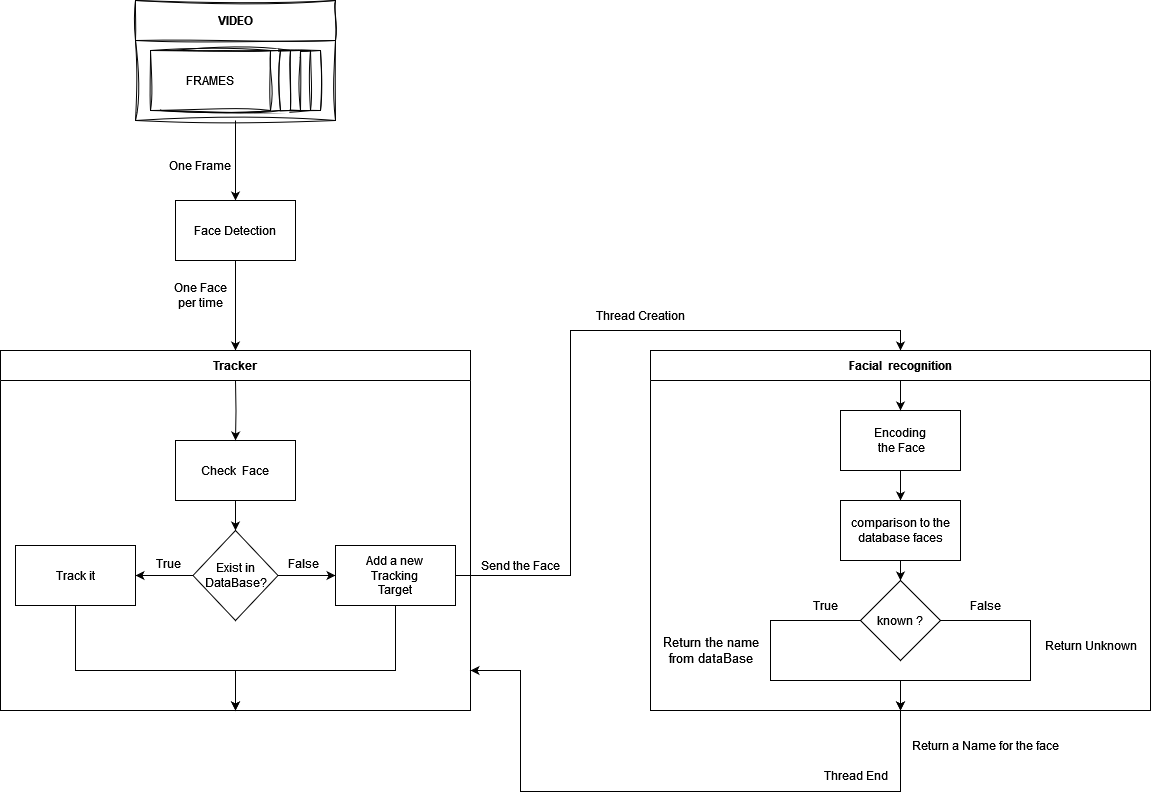
The draw.io diagram fullDetalls.png in s1f2z3/tp-daw, before a commit. Source tidied: cells renumbered, new cells last; positions are measured from the earlier drawing's top-left corner, leaving out a move shared by most shapes.
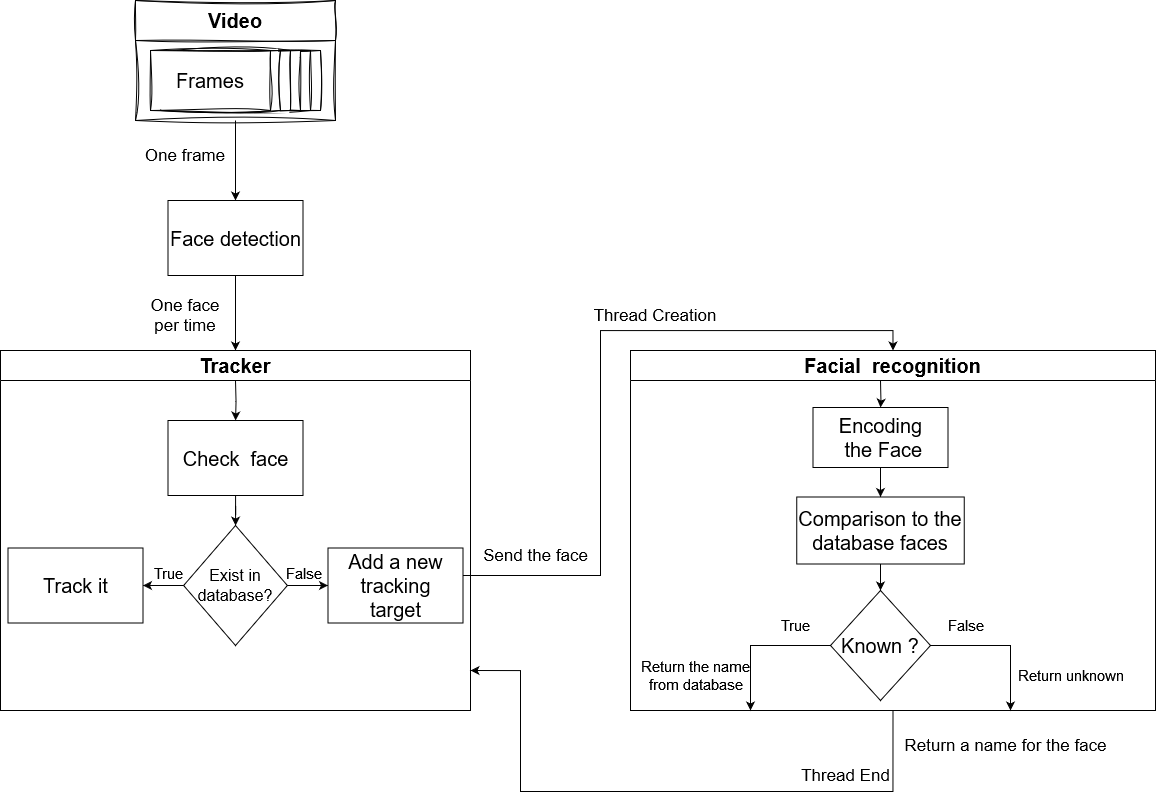
After the commit.

The edit, as a diff of the source:
```diff
@@ -5,7 +5,7 @@
     <mxCell id="2" style="edgeStyle=orthogonalEdgeStyle;rounded=0;jettySize=auto;html=1;" parent="1" edge="1" source="3" target="11">
       <mxGeometry relative="1" as="geometry" />
     </mxCell>
-    <mxCell id="3" value="&lt;div&gt;VIDEO&lt;/div&gt;" style="swimlane;whiteSpace=wrap;html=1;startSize=40;swimlaneLine=1;rounded=0;glass=0;sketch=1;curveFitting=1;jiggle=2;" parent="1" vertex="1">
+    <mxCell id="3" value="&lt;font style=&quot;font-size: 20px;&quot;&gt;Video&lt;/font&gt;" style="swimlane;whiteSpace=wrap;html=1;startSize=40;swimlaneLine=1;rounded=0;glass=0;sketch=1;curveFitting=1;jiggle=2;" parent="1" vertex="1">
       <mxGeometry x="135" width="200" height="120" as="geometry" />
     </mxCell>
     <mxCell id="4" style="rounded=0;whiteSpace=wrap;html=1;sketch=1;curveFitting=1;jiggle=2;" parent="3" vertex="1">
@@ -23,26 +23,26 @@
     <mxCell id="8" style="rounded=0;whiteSpace=wrap;html=1;sketch=1;curveFitting=1;jiggle=2;" parent="3" vertex="1">
       <mxGeometry x="25" y="50" width="120" height="60" as="geometry" />
     </mxCell>
-    <mxCell id="9" value="&lt;div&gt;FRAMES&lt;/div&gt;" style="rounded=0;whiteSpace=wrap;html=1;sketch=1;curveFitting=1;jiggle=2;" parent="3" vertex="1">
+    <mxCell id="9" value="&lt;font style=&quot;font-size: 20px;&quot;&gt;Frames&lt;/font&gt;" style="rounded=0;whiteSpace=wrap;html=1;sketch=1;curveFitting=1;jiggle=2;" parent="3" vertex="1">
       <mxGeometry x="15" y="50" width="120" height="60" as="geometry" />
     </mxCell>
     <mxCell id="10" style="edgeStyle=orthogonalEdgeStyle;rounded=0;jettySize=auto;html=1;exitX=0.5;exitY=1;exitDx=0;exitDy=0;entryX=0.5;entryY=0;entryDx=0;entryDy=0;" parent="1" edge="1" source="11" target="13">
       <mxGeometry relative="1" as="geometry" />
     </mxCell>
-    <mxCell id="11" value="&lt;div&gt;Face Detection&lt;/div&gt;" style="rounded=0;whiteSpace=wrap;html=1;" parent="1" vertex="1">
-      <mxGeometry x="175" y="200" width="120" height="60" as="geometry" />
+    <mxCell id="11" value="&lt;div style=&quot;font-size: 20px;&quot;&gt;&lt;font style=&quot;font-size: 20px;&quot;&gt;Face detection&lt;/font&gt;&lt;/div&gt;" style="rounded=0;whiteSpace=wrap;html=1;" parent="1" vertex="1">
+      <mxGeometry x="167.5" y="200" width="135" height="75" as="geometry" />
     </mxCell>
-    <mxCell id="12" value="One Frame" style="text;html=1;strokeColor=none;fillColor=none;align=center;verticalAlign=middle;whiteSpace=wrap;rounded=0;sketch=1;curveFitting=1;jiggle=2;shadow=0;" parent="1" vertex="1">
-      <mxGeometry x="160" y="150" width="80" height="30" as="geometry" />
+    <mxCell id="12" value="&lt;font style=&quot;font-size: 17px;&quot;&gt;One frame&lt;/font&gt;" style="text;html=1;strokeColor=none;fillColor=none;align=center;verticalAlign=middle;whiteSpace=wrap;rounded=0;sketch=1;curveFitting=1;jiggle=2;shadow=0;fontSize=17;" parent="1" vertex="1">
+      <mxGeometry x="140" y="140" width="90" height="30" as="geometry" />
     </mxCell>
-    <mxCell id="13" value="Tracker" style="swimlane;whiteSpace=wrap;html=1;startSize=30;" parent="1" vertex="1">
+    <mxCell id="13" value="&lt;font style=&quot;font-size: 20px;&quot;&gt;Tracker&lt;/font&gt;" style="swimlane;whiteSpace=wrap;html=1;startSize=30;" parent="1" vertex="1">
       <mxGeometry y="350" width="470" height="360" as="geometry" />
     </mxCell>
     <mxCell id="14" style="edgeStyle=orthogonalEdgeStyle;rounded=0;jettySize=auto;html=1;" parent="13" edge="1" source="15" target="18">
       <mxGeometry relative="1" as="geometry" />
     </mxCell>
-    <mxCell id="15" value="Check&amp;nbsp; Face" style="rounded=0;whiteSpace=wrap;html=1;" parent="13" vertex="1">
-      <mxGeometry x="175" y="90" width="120" height="60" as="geometry" />
+    <mxCell id="15" value="&lt;font style=&quot;font-size: 20px;&quot;&gt;Check&amp;nbsp; face&lt;/font&gt;" style="rounded=0;whiteSpace=wrap;html=1;" parent="13" vertex="1">
+      <mxGeometry x="167.5" y="70" width="135" height="75" as="geometry" />
     </mxCell>
     <mxCell id="16" style="edgeStyle=orthogonalEdgeStyle;rounded=0;jettySize=auto;html=1;" parent="13" edge="1" source="18" target="20">
       <mxGeometry relative="1" as="geometry" />
@@ -50,130 +50,110 @@
     <mxCell id="17" style="edgeStyle=orthogonalEdgeStyle;rounded=0;jettySize=auto;html=1;" parent="13" edge="1" source="18" target="22">
       <mxGeometry relative="1" as="geometry" />
     </mxCell>
-    <mxCell id="18" value="&lt;div&gt;Exist in&lt;/div&gt;&lt;div&gt;DataBase?&lt;/div&gt;" style="rhombus;whiteSpace=wrap;html=1;" parent="13" vertex="1">
-      <mxGeometry x="192.5" y="180" width="85" height="90" as="geometry" />
+    <mxCell id="18" value="&lt;div style=&quot;font-size: 16px;&quot;&gt;&lt;font style=&quot;font-size: 16px;&quot;&gt;Exist in&lt;/font&gt;&lt;/div&gt;&lt;div style=&quot;font-size: 16px;&quot;&gt;&lt;font style=&quot;font-size: 16px;&quot;&gt;database?&lt;/font&gt;&lt;/div&gt;" style="rhombus;whiteSpace=wrap;html=1;" parent="13" vertex="1">
+      <mxGeometry x="183.1" y="175" width="103.8" height="120" as="geometry" />
     </mxCell>
-    <mxCell id="19" style="edgeStyle=orthogonalEdgeStyle;rounded=0;jettySize=auto;html=1;entryX=0.5;entryY=1;entryDx=0;entryDy=0;exitX=0.5;exitY=1;exitDx=0;exitDy=0;" parent="13" edge="1" source="20" target="13">
-      <mxGeometry relative="1" as="geometry">
-        <Array as="points">
-          <mxPoint x="75" y="320" />
-          <mxPoint x="235" y="320" />
-        </Array>
-      </mxGeometry>
-    </mxCell>
-    <mxCell id="20" value="Track it" style="rounded=0;whiteSpace=wrap;html=1;" parent="13" vertex="1">
-      <mxGeometry x="15" y="195" width="120" height="60" as="geometry" />
+    <mxCell id="20" value="&lt;font style=&quot;font-size: 20px;&quot;&gt;Track it&lt;/font&gt;" style="rounded=0;whiteSpace=wrap;html=1;" parent="13" vertex="1">
+      <mxGeometry x="7.5" y="197.5" width="135" height="75" as="geometry" />
     </mxCell>
-    <mxCell id="21" style="edgeStyle=orthogonalEdgeStyle;rounded=0;jettySize=auto;html=1;entryX=0.5;entryY=1;entryDx=0;entryDy=0;exitX=0.5;exitY=1;exitDx=0;exitDy=0;" parent="13" edge="1" source="22" target="13">
-      <mxGeometry relative="1" as="geometry">
-        <Array as="points">
-          <mxPoint x="395" y="320" />
-          <mxPoint x="235" y="320" />
-        </Array>
-      </mxGeometry>
-    </mxCell>
-    <mxCell id="22" value="&lt;div&gt;Add a new &lt;br&gt;&lt;/div&gt;&lt;div&gt;Tracking&lt;/div&gt;&lt;div&gt;Target&lt;br&gt;&lt;/div&gt;" style="rounded=0;whiteSpace=wrap;html=1;" parent="13" vertex="1">
-      <mxGeometry x="335" y="195" width="120" height="60" as="geometry" />
+    <mxCell id="22" value="&lt;div style=&quot;font-size: 20px;&quot;&gt;&lt;font style=&quot;font-size: 20px;&quot;&gt;Add a new &lt;br&gt;&lt;/font&gt;&lt;/div&gt;&lt;div style=&quot;font-size: 20px;&quot;&gt;&lt;font style=&quot;font-size: 20px;&quot;&gt;tracking&lt;/font&gt;&lt;/div&gt;&lt;div style=&quot;font-size: 20px;&quot;&gt;&lt;font style=&quot;font-size: 20px;&quot;&gt;target&lt;font style=&quot;font-size: 20px;&quot;&gt;&lt;br&gt;&lt;/font&gt;&lt;/font&gt;&lt;/div&gt;" style="rounded=0;whiteSpace=wrap;html=1;" parent="13" vertex="1">
+      <mxGeometry x="327.5" y="197.5" width="135" height="75" as="geometry" />
     </mxCell>
-    <mxCell id="23" value="False" style="text;html=1;align=center;verticalAlign=middle;strokeColor=none;fillColor=none;" parent="13" vertex="1">
-      <mxGeometry x="277.5" y="198" width="50" height="30" as="geometry" />
+    <mxCell id="23" value="&lt;font style=&quot;font-size: 15px;&quot;&gt;False&lt;/font&gt;" style="text;html=1;align=center;verticalAlign=middle;strokeColor=none;fillColor=none;" parent="13" vertex="1">
+      <mxGeometry x="272.5" y="208" width="60" height="30" as="geometry" />
     </mxCell>
-    <mxCell id="24" value="True" style="text;html=1;align=center;verticalAlign=middle;strokeColor=none;fillColor=none;" parent="13" vertex="1">
-      <mxGeometry x="142.5" y="198" width="50" height="30" as="geometry" />
+    <mxCell id="24" value="&lt;font style=&quot;font-size: 15px;&quot;&gt;True&lt;/font&gt;" style="text;html=1;align=center;verticalAlign=middle;strokeColor=none;fillColor=none;" parent="13" vertex="1">
+      <mxGeometry x="142.5" y="208" width="50" height="30" as="geometry" />
     </mxCell>
     <mxCell id="25" style="edgeStyle=orthogonalEdgeStyle;rounded=0;jettySize=auto;html=1;" parent="13" edge="1" target="15">
       <mxGeometry relative="1" as="geometry">
         <mxPoint x="235" y="30" as="sourcePoint" />
       </mxGeometry>
     </mxCell>
-    <mxCell id="26" value="One Face per time" style="text;html=1;strokeColor=none;fillColor=none;align=center;verticalAlign=middle;whiteSpace=wrap;rounded=0;" parent="1" vertex="1">
-      <mxGeometry x="170" y="280" width="60" height="30" as="geometry" />
+    <mxCell id="26" value="&lt;font style=&quot;font-size: 17px;&quot;&gt;One face per time&lt;/font&gt;" style="text;html=1;strokeColor=none;fillColor=none;align=center;verticalAlign=middle;whiteSpace=wrap;rounded=0;fontSize=17;" parent="1" vertex="1">
+      <mxGeometry x="145" y="300" width="80" height="30" as="geometry" />
     </mxCell>
     <mxCell id="27" style="edgeStyle=orthogonalEdgeStyle;rounded=0;jettySize=auto;html=1;entryX=0.5;entryY=0;entryDx=0;entryDy=0;" parent="1" edge="1" source="22" target="32">
       <mxGeometry relative="1" as="geometry">
         <Array as="points">
-          <mxPoint x="570" y="575" />
-          <mxPoint x="570" y="330" />
-          <mxPoint x="900" y="330" />
+          <mxPoint x="600" y="575" />
+          <mxPoint x="600" y="330" />
+          <mxPoint x="893" y="330" />
         </Array>
       </mxGeometry>
     </mxCell>
-    <mxCell id="28" value="Thread Creation" style="text;html=1;strokeColor=none;fillColor=none;align=center;verticalAlign=middle;whiteSpace=wrap;rounded=0;" parent="1" vertex="1">
-      <mxGeometry x="590" y="300" width="100" height="30" as="geometry" />
+    <mxCell id="28" value="&lt;font style=&quot;font-size: 17px;&quot;&gt;Thread Creation&lt;/font&gt;" style="text;html=1;strokeColor=none;fillColor=none;align=center;verticalAlign=middle;whiteSpace=wrap;rounded=0;fontSize=17;" parent="1" vertex="1">
+      <mxGeometry x="590" y="300" width="130" height="30" as="geometry" />
     </mxCell>
-    <mxCell id="29" value="Return a Name for the face" style="text;html=1;align=center;verticalAlign=middle;strokeColor=none;fillColor=none;" parent="1" vertex="1">
-      <mxGeometry x="900" y="730" width="170" height="30" as="geometry" />
+    <mxCell id="29" value="&lt;font style=&quot;font-size: 17px;&quot;&gt;Return a name for the face&lt;/font&gt;" style="text;html=1;align=center;verticalAlign=middle;strokeColor=none;fillColor=none;fontSize=17;" parent="1" vertex="1">
+      <mxGeometry x="890" y="730" width="230" height="30" as="geometry" />
     </mxCell>
-    <mxCell id="30" value="Thread End" style="text;html=1;align=center;verticalAlign=middle;strokeColor=none;fillColor=none;" parent="1" vertex="1">
-      <mxGeometry x="810" y="760" width="90" height="30" as="geometry" />
+    <mxCell id="30" value="&lt;font style=&quot;font-size: 17px;&quot;&gt;Thread End&lt;/font&gt;" style="text;html=1;align=center;verticalAlign=middle;strokeColor=none;fillColor=none;fontSize=17;" parent="1" vertex="1">
+      <mxGeometry x="790" y="760" width="110" height="30" as="geometry" />
     </mxCell>
     <mxCell id="31" style="edgeStyle=orthogonalEdgeStyle;rounded=0;jettySize=auto;html=1;exitX=0.5;exitY=1;exitDx=0;exitDy=0;" parent="1" edge="1" source="32">
       <mxGeometry relative="1" as="geometry">
         <mxPoint x="470" y="670" as="targetPoint" />
         <Array as="points">
-          <mxPoint x="900" y="791" />
+          <mxPoint x="893" y="791" />
           <mxPoint x="520" y="791" />
           <mxPoint x="520" y="670" />
-          <mxPoint x="470" y="670" />
         </Array>
       </mxGeometry>
     </mxCell>
-    <mxCell id="32" value="Facial&amp;nbsp; recognition" style="swimlane;whiteSpace=wrap;html=1;startSize=30;" parent="1" vertex="1">
-      <mxGeometry x="650" y="350" width="500" height="360" as="geometry" />
+    <mxCell id="32" value="&lt;font style=&quot;font-size: 20px;&quot;&gt;Facial&amp;nbsp; recognition&lt;/font&gt;" style="swimlane;whiteSpace=wrap;html=1;startSize=30;" parent="1" vertex="1">
+      <mxGeometry x="630" y="350" width="525" height="360" as="geometry" />
     </mxCell>
     <mxCell id="33" style="edgeStyle=orthogonalEdgeStyle;rounded=0;jettySize=auto;html=1;" parent="32" edge="1" source="34" target="37">
       <mxGeometry relative="1" as="geometry" />
     </mxCell>
-    <mxCell id="34" value="&lt;div&gt;Encoding&lt;/div&gt;&amp;nbsp;the Face" style="rounded=0;whiteSpace=wrap;html=1;" parent="32" vertex="1">
-      <mxGeometry x="190" y="60" width="120" height="60" as="geometry" />
+    <mxCell id="34" value="&lt;div style=&quot;font-size: 20px;&quot;&gt;&lt;font style=&quot;font-size: 20px;&quot;&gt;Encoding&lt;/font&gt;&lt;/div&gt;&lt;font style=&quot;font-size: 20px;&quot;&gt;&amp;nbsp;the Face&lt;/font&gt;" style="rounded=0;whiteSpace=wrap;html=1;" parent="32" vertex="1">
+      <mxGeometry x="182.5" y="57" width="135" height="60" as="geometry" />
     </mxCell>
-    <mxCell id="35" style="edgeStyle=orthogonalEdgeStyle;rounded=0;orthogonalLoop=1;jettySize=auto;html=1;" parent="32" edge="1">
+    <mxCell id="35" style="edgeStyle=orthogonalEdgeStyle;rounded=0;jettySize=auto;html=1;" parent="32" edge="1" target="34">
       <mxGeometry relative="1" as="geometry">
         <mxPoint x="250" y="30" as="sourcePoint" />
-        <mxPoint x="250" y="60" as="targetPoint" />
       </mxGeometry>
     </mxCell>
     <mxCell id="36" style="edgeStyle=orthogonalEdgeStyle;rounded=0;jettySize=auto;html=1;" parent="32" edge="1" source="37" target="40">
       <mxGeometry relative="1" as="geometry" />
     </mxCell>
-    <mxCell id="37" value="comparison to the database faces" style="rounded=0;whiteSpace=wrap;html=1;" parent="32" vertex="1">
-      <mxGeometry x="190" y="150" width="120" height="60" as="geometry" />
+    <mxCell id="37" value="&lt;font style=&quot;font-size: 20px;&quot;&gt;Comparison to the database faces&lt;/font&gt;" style="rounded=0;whiteSpace=wrap;html=1;" parent="32" vertex="1">
+      <mxGeometry x="166.2" y="146.5" width="167.5" height="67" as="geometry" />
     </mxCell>
-    <mxCell id="38" style="edgeStyle=orthogonalEdgeStyle;rounded=0;jettySize=auto;html=1;entryX=0.5;entryY=1;entryDx=0;entryDy=0;" parent="32" edge="1" source="40" target="32">
+    <mxCell id="38" style="edgeStyle=orthogonalEdgeStyle;rounded=0;jettySize=auto;html=1;exitX=0;exitY=0.5;exitDx=0;exitDy=0;" parent="32" edge="1" source="40">
       <mxGeometry relative="1" as="geometry">
+        <mxPoint x="120" y="360" as="targetPoint" />
         <Array as="points">
-          <mxPoint x="120" y="270" />
-          <mxPoint x="120" y="330" />
-          <mxPoint x="250" y="330" />
+          <mxPoint x="120" y="295" />
         </Array>
       </mxGeometry>
     </mxCell>
-    <mxCell id="39" style="edgeStyle=orthogonalEdgeStyle;rounded=0;jettySize=auto;html=1;entryX=0.5;entryY=1;entryDx=0;entryDy=0;" parent="32" edge="1" source="40" target="32">
+    <mxCell id="39" style="edgeStyle=orthogonalEdgeStyle;rounded=0;jettySize=auto;html=1;exitX=1;exitY=0.5;exitDx=0;exitDy=0;" parent="32" edge="1" source="40">
       <mxGeometry relative="1" as="geometry">
+        <mxPoint x="380" y="360" as="targetPoint" />
         <Array as="points">
-          <mxPoint x="380" y="270" />
-          <mxPoint x="380" y="330" />
-          <mxPoint x="250" y="330" />
+          <mxPoint x="380" y="295" />
         </Array>
       </mxGeometry>
     </mxCell>
-    <mxCell id="40" value="known ?" style="rhombus;whiteSpace=wrap;html=1;" parent="32" vertex="1">
-      <mxGeometry x="210" y="230" width="80" height="80" as="geometry" />
+    <mxCell id="40" value="&lt;font style=&quot;font-size: 20px;&quot;&gt;Known ?&lt;/font&gt;" style="rhombus;whiteSpace=wrap;html=1;" parent="32" vertex="1">
+      <mxGeometry x="200" y="240" width="100" height="110" as="geometry" />
     </mxCell>
-    <mxCell id="41" value="True" style="text;html=1;align=center;verticalAlign=middle;strokeColor=none;fillColor=none;" parent="32" vertex="1">
-      <mxGeometry x="150" y="240" width="50" height="30" as="geometry" />
+    <mxCell id="41" value="&lt;font style=&quot;font-size: 15px;&quot;&gt;True&lt;/font&gt;" style="text;html=1;align=center;verticalAlign=middle;strokeColor=none;fillColor=none;" parent="32" vertex="1">
+      <mxGeometry x="140" y="260" width="50" height="30" as="geometry" />
     </mxCell>
-    <mxCell id="42" value="False" style="text;html=1;align=center;verticalAlign=middle;strokeColor=none;fillColor=none;" parent="32" vertex="1">
-      <mxGeometry x="310" y="240" width="50" height="30" as="geometry" />
+    <mxCell id="42" value="&lt;font style=&quot;font-size: 15px;&quot;&gt;False&lt;/font&gt;" style="text;html=1;align=center;verticalAlign=middle;strokeColor=none;fillColor=none;" parent="32" vertex="1">
+      <mxGeometry x="305" y="260" width="60" height="30" as="geometry" />
     </mxCell>
-    <mxCell id="43" value="&lt;div style=&quot;font-size: 13px;&quot;&gt;&lt;font style=&quot;font-size: 13px;&quot;&gt;Return the name &lt;br&gt;&lt;/font&gt;&lt;/div&gt;&lt;div style=&quot;font-size: 13px;&quot;&gt;&lt;font style=&quot;font-size: 13px;&quot;&gt;from dataBase&lt;/font&gt;&lt;/div&gt;" style="text;html=1;align=center;verticalAlign=middle;strokeColor=none;fillColor=none;" parent="32" vertex="1">
-      <mxGeometry y="280" width="120" height="40" as="geometry" />
+    <mxCell id="43" value="&lt;div style=&quot;font-size: 15px;&quot;&gt;&lt;font style=&quot;font-size: 15px;&quot;&gt;Return the name &lt;br&gt;&lt;/font&gt;&lt;/div&gt;&lt;div style=&quot;font-size: 15px;&quot;&gt;&lt;font style=&quot;font-size: 15px;&quot;&gt;from database&lt;/font&gt;&lt;/div&gt;" style="text;html=1;align=center;verticalAlign=middle;strokeColor=none;fillColor=none;" parent="32" vertex="1">
+      <mxGeometry y="300" width="130" height="50" as="geometry" />
     </mxCell>
-    <mxCell id="44" value="&lt;div&gt;Return Unknown&lt;/div&gt;" style="text;html=1;align=center;verticalAlign=middle;strokeColor=none;fillColor=none;" parent="32" vertex="1">
-      <mxGeometry x="380" y="280" width="120" height="30" as="geometry" />
+    <mxCell id="44" value="&lt;div style=&quot;font-size: 15px;&quot;&gt;&lt;font style=&quot;font-size: 15px;&quot;&gt;Return unknown&lt;/font&gt;&lt;/div&gt;" style="text;html=1;align=center;verticalAlign=middle;strokeColor=none;fillColor=none;" parent="32" vertex="1">
+      <mxGeometry x="375" y="310" width="130" height="30" as="geometry" />
     </mxCell>
-    <mxCell id="45" value="Send the Face" style="text;html=1;align=center;verticalAlign=middle;strokeColor=none;fillColor=none;" parent="1" vertex="1">
-      <mxGeometry x="470" y="550" width="100" height="30" as="geometry" />
+    <mxCell id="45" value="&lt;font style=&quot;font-size: 17px;&quot;&gt;Send the face&lt;/font&gt;" style="text;html=1;align=center;verticalAlign=middle;strokeColor=none;fillColor=none;fontSize=17;" parent="1" vertex="1">
+      <mxGeometry x="470" y="540" width="130" height="30" as="geometry" />
     </mxCell>
   </root>
 </mxGraphModel>
```
